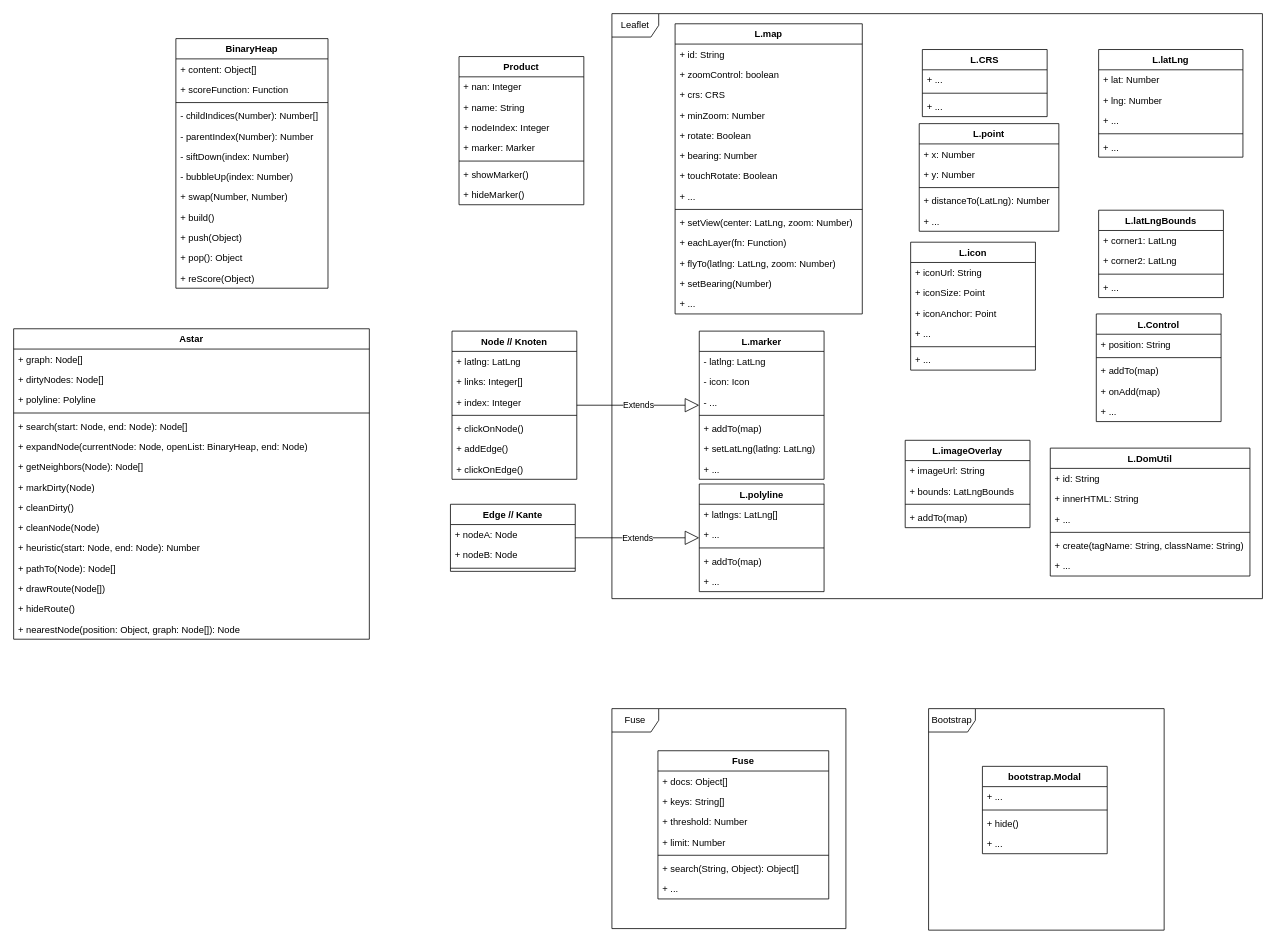
The draw.io diagram drawio/klassen.drawio in danielgilbers/indoor-navigation, before the edit. Source tidied: cells renumbered, new cells numbered last; positions are measured from the earlier drawing's top-left corner, leaving out a move shared by most shapes. Both pictures are drawn from the tidied source at 78%, with x=0, y=0 at pixel (13, 13).
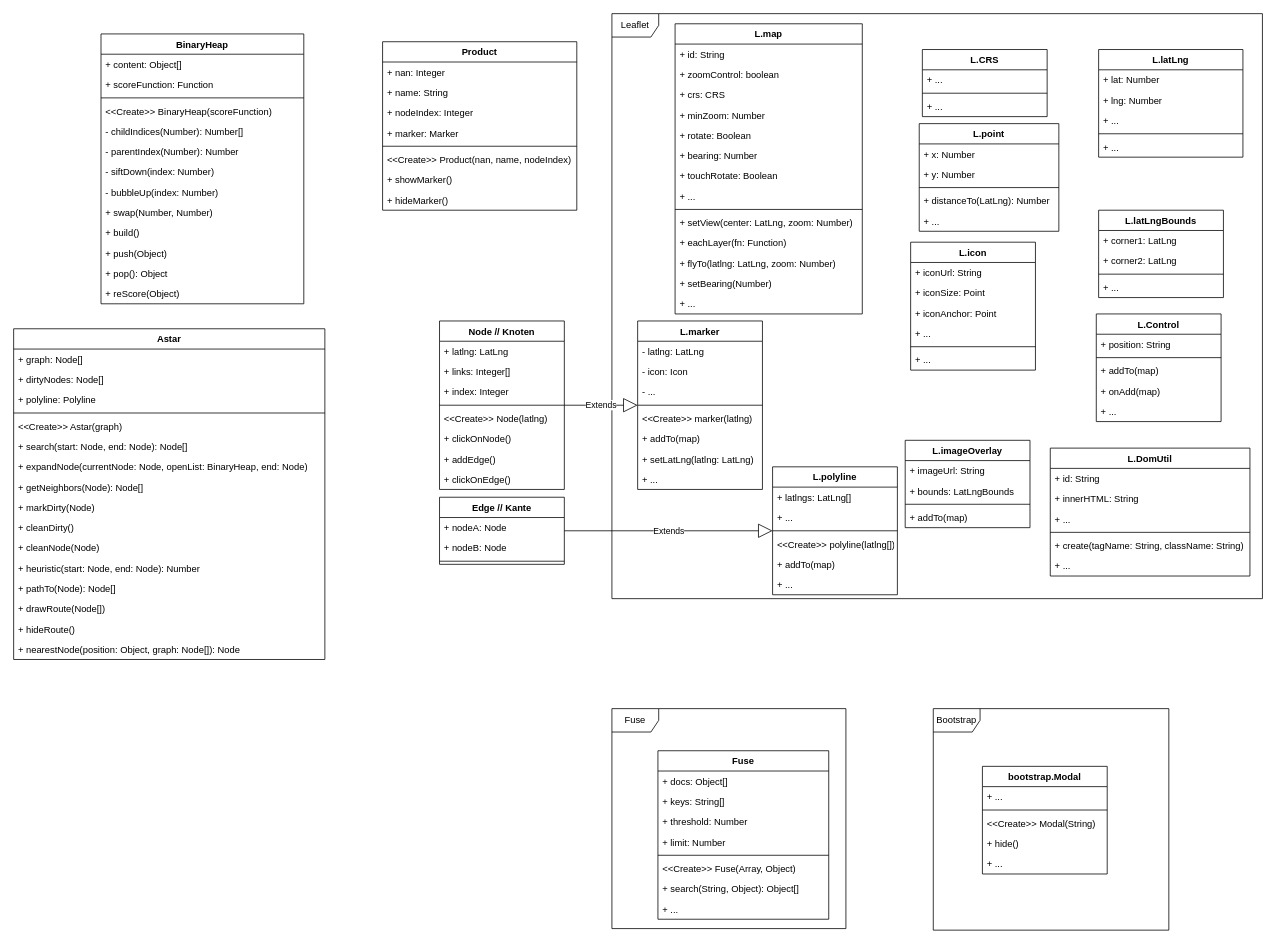
After the change.

Commit message:
add constructors to classes

Change to the diagram source:
```diff
@@
+    <mxCell id="93" value="Fuse" style="shape=umlFrame;whiteSpace=wrap;html=1;" parent="1" vertex="1">
+      <mxGeometry x="767" y="891" width="300" height="282" as="geometry" />
+    </mxCell>
+    <mxCell id="107" value="Bootstrap" style="shape=umlFrame;whiteSpace=wrap;html=1;" parent="1" vertex="1">
+      <mxGeometry x="1179" y="891" width="302" height="284" as="geometry" />
+    </mxCell>
@@
     <mxCell id="3" value="Node // Knoten" style="swimlane;fontStyle=1;align=center;verticalAlign=top;horizontal=1;startSize=26;" parent="1" vertex="1">
-      <mxGeometry x="562" y="407" width="160" height="190" as="geometry" />
+      <mxGeometry x="546" y="394" width="160" height="216" as="geometry" />
     </mxCell>
@@
+    <mxCell id="144" value="&lt;&lt;Create&gt;&gt; Node(latlng)" style="text;strokeColor=none;fillColor=none;align=left;verticalAlign=top;spacingLeft=4;spacingRight=4;overflow=hidden;" parent="3" vertex="1">
+      <mxGeometry y="112" width="160" height="26" as="geometry" />
+    </mxCell>
     <mxCell id="8" value="+ clickOnNode()" style="text;strokeColor=none;fillColor=none;align=left;verticalAlign=top;spacingLeft=4;spacingRight=4;overflow=hidden;" parent="3" vertex="1">
-      <mxGeometry y="112" width="160" height="26" as="geometry" />
+      <mxGeometry y="138" width="160" height="26" as="geometry" />
     </mxCell>
     <mxCell id="9" value="+ addEdge()" style="text;strokeColor=none;fillColor=none;align=left;verticalAlign=top;spacingLeft=4;spacingRight=4;overflow=hidden;" parent="3" vertex="1">
-      <mxGeometry y="138" width="160" height="26" as="geometry" />
+      <mxGeometry y="164" width="160" height="26" as="geometry" />
     </mxCell>
     <mxCell id="10" value="+ clickOnEdge()" style="text;strokeColor=none;fillColor=none;align=left;verticalAlign=top;spacingLeft=4;spacingRight=4;overflow=hidden;" parent="3" vertex="1">
-      <mxGeometry y="164" width="160" height="26" as="geometry" />
+      <mxGeometry y="190" width="160" height="26" as="geometry" />
     </mxCell>
     <mxCell id="11" value="L.marker" style="swimlane;fontStyle=1;align=center;verticalAlign=top;horizontal=1;startSize=26;" parent="1" vertex="1">
-      <mxGeometry x="879" y="407" width="160" height="190" as="geometry" />
+      <mxGeometry x="800" y="394" width="160" height="216" as="geometry" />
     </mxCell>
@@
+    <mxCell id="145" value="&lt;&lt;Create&gt;&gt; marker(latlng)" style="text;strokeColor=none;fillColor=none;align=left;verticalAlign=top;spacingLeft=4;spacingRight=4;overflow=hidden;" parent="11" vertex="1">
+      <mxGeometry y="112" width="160" height="26" as="geometry" />
+    </mxCell>
     <mxCell id="16" value="+ addTo(map)" style="text;strokeColor=none;fillColor=none;align=left;verticalAlign=top;spacingLeft=4;spacingRight=4;overflow=hidden;" parent="11" vertex="1">
-      <mxGeometry y="112" width="160" height="26" as="geometry" />
+      <mxGeometry y="138" width="160" height="26" as="geometry" />
     </mxCell>
     <mxCell id="17" value="+ setLatLng(latlng: LatLng)" style="text;strokeColor=none;fillColor=none;align=left;verticalAlign=top;spacingLeft=4;spacingRight=4;overflow=hidden;" parent="11" vertex="1">
-      <mxGeometry y="138" width="160" height="26" as="geometry" />
+      <mxGeometry y="164" width="160" height="26" as="geometry" />
     </mxCell>
     <mxCell id="18" value="+ ..." style="text;strokeColor=none;fillColor=none;align=left;verticalAlign=top;spacingLeft=4;spacingRight=4;overflow=hidden;" parent="11" vertex="1">
-      <mxGeometry y="164" width="160" height="26" as="geometry" />
+      <mxGeometry y="190" width="160" height="26" as="geometry" />
     </mxCell>
@@
     <mxCell id="68" value="L.polyline" style="swimlane;fontStyle=1;align=center;verticalAlign=top;horizontal=1;startSize=26;" parent="1" vertex="1">
-      <mxGeometry x="879" y="603" width="160" height="138" as="geometry" />
+      <mxGeometry x="973" y="581" width="160" height="164" as="geometry" />
     </mxCell>
@@
+    <mxCell id="146" value="&lt;&lt;Create&gt;&gt; polyline(latlng[])" style="text;strokeColor=none;fillColor=none;align=left;verticalAlign=top;spacingLeft=4;spacingRight=4;overflow=hidden;" parent="68" vertex="1">
+      <mxGeometry y="86" width="160" height="26" as="geometry" />
+    </mxCell>
     <mxCell id="72" value="+ addTo(map)" style="text;strokeColor=none;fillColor=none;align=left;verticalAlign=top;spacingLeft=4;spacingRight=4;overflow=hidden;" parent="68" vertex="1">
-      <mxGeometry y="86" width="160" height="26" as="geometry" />
+      <mxGeometry y="112" width="160" height="26" as="geometry" />
     </mxCell>
     <mxCell id="73" value="+ ..." style="text;strokeColor=none;fillColor=none;align=left;verticalAlign=top;spacingLeft=4;spacingRight=4;overflow=hidden;" parent="68" vertex="1">
-      <mxGeometry y="112" width="160" height="26" as="geometry" />
+      <mxGeometry y="138" width="160" height="26" as="geometry" />
     </mxCell>
     <mxCell id="74" value="Edge // Kante" style="swimlane;fontStyle=1;align=center;verticalAlign=top;horizontal=1;startSize=26;" parent="1" vertex="1">
-      <mxGeometry x="560" y="629" width="160" height="86" as="geometry" />
+      <mxGeometry x="546" y="620" width="160" height="86" as="geometry" />
     </mxCell>
@@
     <mxCell id="85" value="Product" style="swimlane;fontStyle=1;align=center;verticalAlign=top;horizontal=1;startSize=26;" parent="1" vertex="1">
-      <mxGeometry x="571" y="55" width="160" height="190" as="geometry" />
+      <mxGeometry x="473" y="36" width="249" height="216" as="geometry" />
     </mxCell>
     <mxCell id="86" value="+ nan: Integer" style="text;strokeColor=none;fillColor=none;align=left;verticalAlign=top;spacingLeft=4;spacingRight=4;overflow=hidden;" parent="85" vertex="1">
-      <mxGeometry y="26" width="160" height="26" as="geometry" />
+      <mxGeometry y="26" width="249" height="26" as="geometry" />
     </mxCell>
     <mxCell id="87" value="+ name: String" style="text;strokeColor=none;fillColor=none;align=left;verticalAlign=top;spacingLeft=4;spacingRight=4;overflow=hidden;" parent="85" vertex="1">
-      <mxGeometry y="52" width="160" height="26" as="geometry" />
+      <mxGeometry y="52" width="249" height="26" as="geometry" />
     </mxCell>
     <mxCell id="88" value="+ nodeIndex: Integer" style="text;strokeColor=none;fillColor=none;align=left;verticalAlign=top;spacingLeft=4;spacingRight=4;overflow=hidden;" parent="85" vertex="1">
-      <mxGeometry y="78" width="160" height="26" as="geometry" />
+      <mxGeometry y="78" width="249" height="26" as="geometry" />
     </mxCell>
     <mxCell id="89" value="+ marker: Marker" style="text;strokeColor=none;fillColor=none;align=left;verticalAlign=top;spacingLeft=4;spacingRight=4;overflow=hidden;" parent="85" vertex="1">
-      <mxGeometry y="104" width="160" height="26" as="geometry" />
+      <mxGeometry y="104" width="249" height="26" as="geometry" />
     </mxCell>
     <mxCell id="90" style="line;strokeWidth=1;fillColor=none;align=left;verticalAlign=middle;spacingTop=-1;spacingLeft=3;spacingRight=3;labelPosition=right;strokeColor=inherit;" parent="85" vertex="1">
-      <mxGeometry y="130" width="160" height="8" as="geometry" />
+      <mxGeometry y="130" width="249" height="8" as="geometry" />
     </mxCell>
+    <mxCell id="147" value="&lt;&lt;Create&gt;&gt; Product(nan, name, nodeIndex)" style="text;strokeColor=none;fillColor=none;align=left;verticalAlign=top;spacingLeft=4;spacingRight=4;overflow=hidden;" parent="85" vertex="1">
+      <mxGeometry y="138" width="249" height="26" as="geometry" />
+    </mxCell>
     <mxCell id="91" value="+ showMarker()" style="text;strokeColor=none;fillColor=none;align=left;verticalAlign=top;spacingLeft=4;spacingRight=4;overflow=hidden;" parent="85" vertex="1">
-      <mxGeometry y="138" width="160" height="26" as="geometry" />
+      <mxGeometry y="164" width="249" height="26" as="geometry" />
     </mxCell>
     <mxCell id="92" value="+ hideMarker()" style="text;strokeColor=none;fillColor=none;align=left;verticalAlign=top;spacingLeft=4;spacingRight=4;overflow=hidden;" parent="85" vertex="1">
-      <mxGeometry y="164" width="160" height="26" as="geometry" />
+      <mxGeometry y="190" width="249" height="26" as="geometry" />
     </mxCell>
-    <mxCell id="93" value="Fuse" style="shape=umlFrame;whiteSpace=wrap;html=1;" parent="1" vertex="1">
-      <mxGeometry x="767" y="891" width="300" height="282" as="geometry" />
-    </mxCell>
     <mxCell id="94" value="Fuse" style="swimlane;fontStyle=1;align=center;verticalAlign=top;horizontal=1;startSize=26;" parent="1" vertex="1">
-      <mxGeometry x="826" y="945" width="219" height="190" as="geometry" />
+      <mxGeometry x="826" y="945" width="219" height="216" as="geometry" />
     </mxCell>
@@
+    <mxCell id="148" value="&lt;&lt;Create&gt;&gt; Fuse(Array, Object)" style="text;strokeColor=none;fillColor=none;align=left;verticalAlign=top;spacingLeft=4;spacingRight=4;overflow=hidden;" parent="94" vertex="1">
+      <mxGeometry y="138" width="219" height="26" as="geometry" />
+    </mxCell>
     <mxCell id="100" value="+ search(String, Object): Object[]" style="text;strokeColor=none;fillColor=none;align=left;verticalAlign=top;spacingLeft=4;spacingRight=4;overflow=hidden;" parent="94" vertex="1">
-      <mxGeometry y="138" width="219" height="26" as="geometry" />
+      <mxGeometry y="164" width="219" height="26" as="geometry" />
     </mxCell>
     <mxCell id="101" value="+ ..." style="text;strokeColor=none;fillColor=none;align=left;verticalAlign=top;spacingLeft=4;spacingRight=4;overflow=hidden;" parent="94" vertex="1">
-      <mxGeometry y="164" width="219" height="26" as="geometry" />
+      <mxGeometry y="190" width="219" height="26" as="geometry" />
     </mxCell>
     <mxCell id="102" value="bootstrap.Modal" style="swimlane;fontStyle=1;align=center;verticalAlign=top;horizontal=1;startSize=26;" parent="1" vertex="1">
-      <mxGeometry x="1242" y="965" width="160" height="112" as="geometry" />
+      <mxGeometry x="1242" y="965" width="160" height="138" as="geometry" />
     </mxCell>
@@
+    <mxCell id="149" value="&lt;&lt;Create&gt;&gt; Modal(String)" style="text;strokeColor=none;fillColor=none;align=left;verticalAlign=top;spacingLeft=4;spacingRight=4;overflow=hidden;" parent="102" vertex="1">
+      <mxGeometry y="60" width="160" height="26" as="geometry" />
+    </mxCell>
     <mxCell id="105" value="+ hide()" style="text;strokeColor=none;fillColor=none;align=left;verticalAlign=top;spacingLeft=4;spacingRight=4;overflow=hidden;" parent="102" vertex="1">
-      <mxGeometry y="60" width="160" height="26" as="geometry" />
+      <mxGeometry y="86" width="160" height="26" as="geometry" />
     </mxCell>
     <mxCell id="106" value="+ ..." style="text;strokeColor=none;fillColor=none;align=left;verticalAlign=top;spacingLeft=4;spacingRight=4;overflow=hidden;" parent="102" vertex="1">
-      <mxGeometry y="86" width="160" height="26" as="geometry" />
+      <mxGeometry y="112" width="160" height="26" as="geometry" />
     </mxCell>
-    <mxCell id="107" value="Bootstrap" style="shape=umlFrame;whiteSpace=wrap;html=1;" parent="1" vertex="1">
-      <mxGeometry x="1173" y="891" width="302" height="284" as="geometry" />
-    </mxCell>
@@
     <mxCell id="115" value="BinaryHeap" style="swimlane;fontStyle=1;align=center;verticalAlign=top;horizontal=1;startSize=26;" parent="1" vertex="1">
-      <mxGeometry x="208" y="32" width="195" height="320" as="geometry" />
+      <mxGeometry x="112" y="26" width="260" height="346" as="geometry" />
     </mxCell>
     <mxCell id="116" value="+ content: Object[]" style="text;strokeColor=none;fillColor=none;align=left;verticalAlign=top;spacingLeft=4;spacingRight=4;overflow=hidden;" parent="115" vertex="1">
-      <mxGeometry y="26" width="195" height="26" as="geometry" />
+      <mxGeometry y="26" width="260" height="26" as="geometry" />
     </mxCell>
     <mxCell id="117" value="+ scoreFunction: Function" style="text;strokeColor=none;fillColor=none;align=left;verticalAlign=top;spacingLeft=4;spacingRight=4;overflow=hidden;" parent="115" vertex="1">
-      <mxGeometry y="52" width="195" height="26" as="geometry" />
+      <mxGeometry y="52" width="260" height="26" as="geometry" />
     </mxCell>
     <mxCell id="118" style="line;strokeWidth=1;fillColor=none;align=left;verticalAlign=middle;spacingTop=-1;spacingLeft=3;spacingRight=3;labelPosition=right;strokeColor=inherit;" parent="115" vertex="1">
-      <mxGeometry y="78" width="195" height="8" as="geometry" />
+      <mxGeometry y="78" width="260" height="8" as="geometry" />
     </mxCell>
+    <mxCell id="150" value="&lt;&lt;Create&gt;&gt; BinaryHeap(scoreFunction)" style="text;strokeColor=none;fillColor=none;align=left;verticalAlign=top;spacingLeft=4;spacingRight=4;overflow=hidden;" parent="115" vertex="1">
+      <mxGeometry y="86" width="260" height="26" as="geometry" />
+    </mxCell>
     <mxCell id="119" value="- childIndices(Number): Number[]" style="text;strokeColor=none;fillColor=none;align=left;verticalAlign=top;spacingLeft=4;spacingRight=4;overflow=hidden;" parent="115" vertex="1">
-      <mxGeometry y="86" width="195" height="26" as="geometry" />
+      <mxGeometry y="112" width="260" height="26" as="geometry" />
     </mxCell>
     <mxCell id="120" value="- parentIndex(Number): Number" style="text;strokeColor=none;fillColor=none;align=left;verticalAlign=top;spacingLeft=4;spacingRight=4;overflow=hidden;" parent="115" vertex="1">
-      <mxGeometry y="112" width="195" height="26" as="geometry" />
+      <mxGeometry y="138" width="260" height="26" as="geometry" />
     </mxCell>
     <mxCell id="121" value="- siftDown(index: Number)" style="text;strokeColor=none;fillColor=none;align=left;verticalAlign=top;spacingLeft=4;spacingRight=4;overflow=hidden;" parent="115" vertex="1">
-      <mxGeometry y="138" width="195" height="26" as="geometry" />
+      <mxGeometry y="164" width="260" height="26" as="geometry" />
     </mxCell>
     <mxCell id="122" value="- bubbleUp(index: Number)" style="text;strokeColor=none;fillColor=none;align=left;verticalAlign=top;spacingLeft=4;spacingRight=4;overflow=hidden;" parent="115" vertex="1">
-      <mxGeometry y="164" width="195" height="26" as="geometry" />
+      <mxGeometry y="190" width="260" height="26" as="geometry" />
     </mxCell>
     <mxCell id="123" value="+ swap(Number, Number)" style="text;strokeColor=none;fillColor=none;align=left;verticalAlign=top;spacingLeft=4;spacingRight=4;overflow=hidden;" parent="115" vertex="1">
-      <mxGeometry y="190" width="195" height="26" as="geometry" />
+      <mxGeometry y="216" width="260" height="26" as="geometry" />
     </mxCell>
     <mxCell id="124" value="+ build()" style="text;strokeColor=none;fillColor=none;align=left;verticalAlign=top;spacingLeft=4;spacingRight=4;overflow=hidden;" parent="115" vertex="1">
-      <mxGeometry y="216" width="195" height="26" as="geometry" />
+      <mxGeometry y="242" width="260" height="26" as="geometry" />
     </mxCell>
     <mxCell id="125" value="+ push(Object)" style="text;strokeColor=none;fillColor=none;align=left;verticalAlign=top;spacingLeft=4;spacingRight=4;overflow=hidden;" parent="115" vertex="1">
-      <mxGeometry y="242" width="195" height="26" as="geometry" />
+      <mxGeometry y="268" width="260" height="26" as="geometry" />
     </mxCell>
     <mxCell id="126" value="+ pop(): Object" style="text;strokeColor=none;fillColor=none;align=left;verticalAlign=top;spacingLeft=4;spacingRight=4;overflow=hidden;" parent="115" vertex="1">
-      <mxGeometry y="268" width="195" height="26" as="geometry" />
+      <mxGeometry y="294" width="260" height="26" as="geometry" />
     </mxCell>
     <mxCell id="127" value="+ reScore(Object)" style="text;strokeColor=none;fillColor=none;align=left;verticalAlign=top;spacingLeft=4;spacingRight=4;overflow=hidden;" parent="115" vertex="1">
-      <mxGeometry y="294" width="195" height="26" as="geometry" />
+      <mxGeometry y="320" width="260" height="26" as="geometry" />
     </mxCell>
     <mxCell id="128" value="Astar" style="swimlane;fontStyle=1;align=center;verticalAlign=top;horizontal=1;startSize=26;" parent="1" vertex="1">
-      <mxGeometry y="404" width="456" height="398" as="geometry" />
+      <mxGeometry y="404" width="399" height="424" as="geometry" />
     </mxCell>
     <mxCell id="129" value="+ graph: Node[]" style="text;strokeColor=none;fillColor=none;align=left;verticalAlign=top;spacingLeft=4;spacingRight=4;overflow=hidden;" parent="128" vertex="1">
-      <mxGeometry y="26" width="456" height="26" as="geometry" />
+      <mxGeometry y="26" width="399" height="26" as="geometry" />
     </mxCell>
     <mxCell id="130" value="+ dirtyNodes: Node[]" style="text;strokeColor=none;fillColor=none;align=left;verticalAlign=top;spacingLeft=4;spacingRight=4;overflow=hidden;" parent="128" vertex="1">
-      <mxGeometry y="52" width="456" height="26" as="geometry" />
+      <mxGeometry y="52" width="399" height="26" as="geometry" />
     </mxCell>
     <mxCell id="131" value="+ polyline: Polyline" style="text;strokeColor=none;fillColor=none;align=left;verticalAlign=top;spacingLeft=4;spacingRight=4;overflow=hidden;" parent="128" vertex="1">
-      <mxGeometry y="78" width="456" height="26" as="geometry" />
+      <mxGeometry y="78" width="399" height="26" as="geometry" />
     </mxCell>
     <mxCell id="132" style="line;strokeWidth=1;fillColor=none;align=left;verticalAlign=middle;spacingTop=-1;spacingLeft=3;spacingRight=3;labelPosition=right;strokeColor=inherit;" parent="128" vertex="1">
-      <mxGeometry y="104" width="456" height="8" as="geometry" />
+      <mxGeometry y="104" width="399" height="8" as="geometry" />
     </mxCell>
+    <mxCell id="151" value="&lt;&lt;Create&gt;&gt; Astar(graph)" style="text;strokeColor=none;fillColor=none;align=left;verticalAlign=top;spacingLeft=4;spacingRight=4;overflow=hidden;" parent="128" vertex="1">
+      <mxGeometry y="112" width="399" height="26" as="geometry" />
+    </mxCell>
     <mxCell id="133" value="+ search(start: Node, end: Node): Node[]" style="text;strokeColor=none;fillColor=none;align=left;verticalAlign=top;spacingLeft=4;spacingRight=4;overflow=hidden;" parent="128" vertex="1">
-      <mxGeometry y="112" width="456" height="26" as="geometry" />
+      <mxGeometry y="138" width="399" height="26" as="geometry" />
     </mxCell>
     <mxCell id="134" value="+ expandNode(currentNode: Node, openList: BinaryHeap, end: Node)" style="text;strokeColor=none;fillColor=none;align=left;verticalAlign=top;spacingLeft=4;spacingRight=4;overflow=hidden;" parent="128" vertex="1">
-      <mxGeometry y="138" width="456" height="26" as="geometry" />
+      <mxGeometry y="164" width="399" height="26" as="geometry" />
     </mxCell>
     <mxCell id="135" value="+ getNeighbors(Node): Node[]" style="text;strokeColor=none;fillColor=none;align=left;verticalAlign=top;spacingLeft=4;spacingRight=4;overflow=hidden;" parent="128" vertex="1">
-      <mxGeometry y="164" width="456" height="26" as="geometry" />
+      <mxGeometry y="190" width="399" height="26" as="geometry" />
     </mxCell>
     <mxCell id="136" value="+ markDirty(Node)" style="text;strokeColor=none;fillColor=none;align=left;verticalAlign=top;spacingLeft=4;spacingRight=4;overflow=hidden;" parent="128" vertex="1">
-      <mxGeometry y="190" width="456" height="26" as="geometry" />
+      <mxGeometry y="216" width="399" height="26" as="geometry" />
     </mxCell>
     <mxCell id="137" value="+ cleanDirty()" style="text;strokeColor=none;fillColor=none;align=left;verticalAlign=top;spacingLeft=4;spacingRight=4;overflow=hidden;" parent="128" vertex="1">
-      <mxGeometry y="216" width="456" height="26" as="geometry" />
+      <mxGeometry y="242" width="399" height="26" as="geometry" />
     </mxCell>
     <mxCell id="138" value="+ cleanNode(Node)" style="text;strokeColor=none;fillColor=none;align=left;verticalAlign=top;spacingLeft=4;spacingRight=4;overflow=hidden;" parent="128" vertex="1">
-      <mxGeometry y="242" width="456" height="26" as="geometry" />
+      <mxGeometry y="268" width="399" height="26" as="geometry" />
     </mxCell>
     <mxCell id="139" value="+ heuristic(start: Node, end: Node): Number" style="text;strokeColor=none;fillColor=none;align=left;verticalAlign=top;spacingLeft=4;spacingRight=4;overflow=hidden;" parent="128" vertex="1">
-      <mxGeometry y="268" width="456" height="26" as="geometry" />
+      <mxGeometry y="294" width="399" height="26" as="geometry" />
     </mxCell>
     <mxCell id="140" value="+ pathTo(Node): Node[]" style="text;strokeColor=none;fillColor=none;align=left;verticalAlign=top;spacingLeft=4;spacingRight=4;overflow=hidden;" parent="128" vertex="1">
-      <mxGeometry y="294" width="456" height="26" as="geometry" />
+      <mxGeometry y="320" width="399" height="26" as="geometry" />
     </mxCell>
     <mxCell id="141" value="+ drawRoute(Node[])" style="text;strokeColor=none;fillColor=none;align=left;verticalAlign=top;spacingLeft=4;spacingRight=4;overflow=hidden;" parent="128" vertex="1">
-      <mxGeometry y="320" width="456" height="26" as="geometry" />
+      <mxGeometry y="346" width="399" height="26" as="geometry" />
     </mxCell>
     <mxCell id="142" value="+ hideRoute()" style="text;strokeColor=none;fillColor=none;align=left;verticalAlign=top;spacingLeft=4;spacingRight=4;overflow=hidden;" parent="128" vertex="1">
-      <mxGeometry y="346" width="456" height="26" as="geometry" />
+      <mxGeometry y="372" width="399" height="26" as="geometry" />
     </mxCell>
     <mxCell id="143" value="+ nearestNode(position: Object, graph: Node[]): Node" style="text;strokeColor=none;fillColor=none;align=left;verticalAlign=top;spacingLeft=4;spacingRight=4;overflow=hidden;" parent="128" vertex="1">
-      <mxGeometry y="372" width="456" height="26" as="geometry" />
+      <mxGeometry y="398" width="399" height="26" as="geometry" />
     </mxCell>
```
